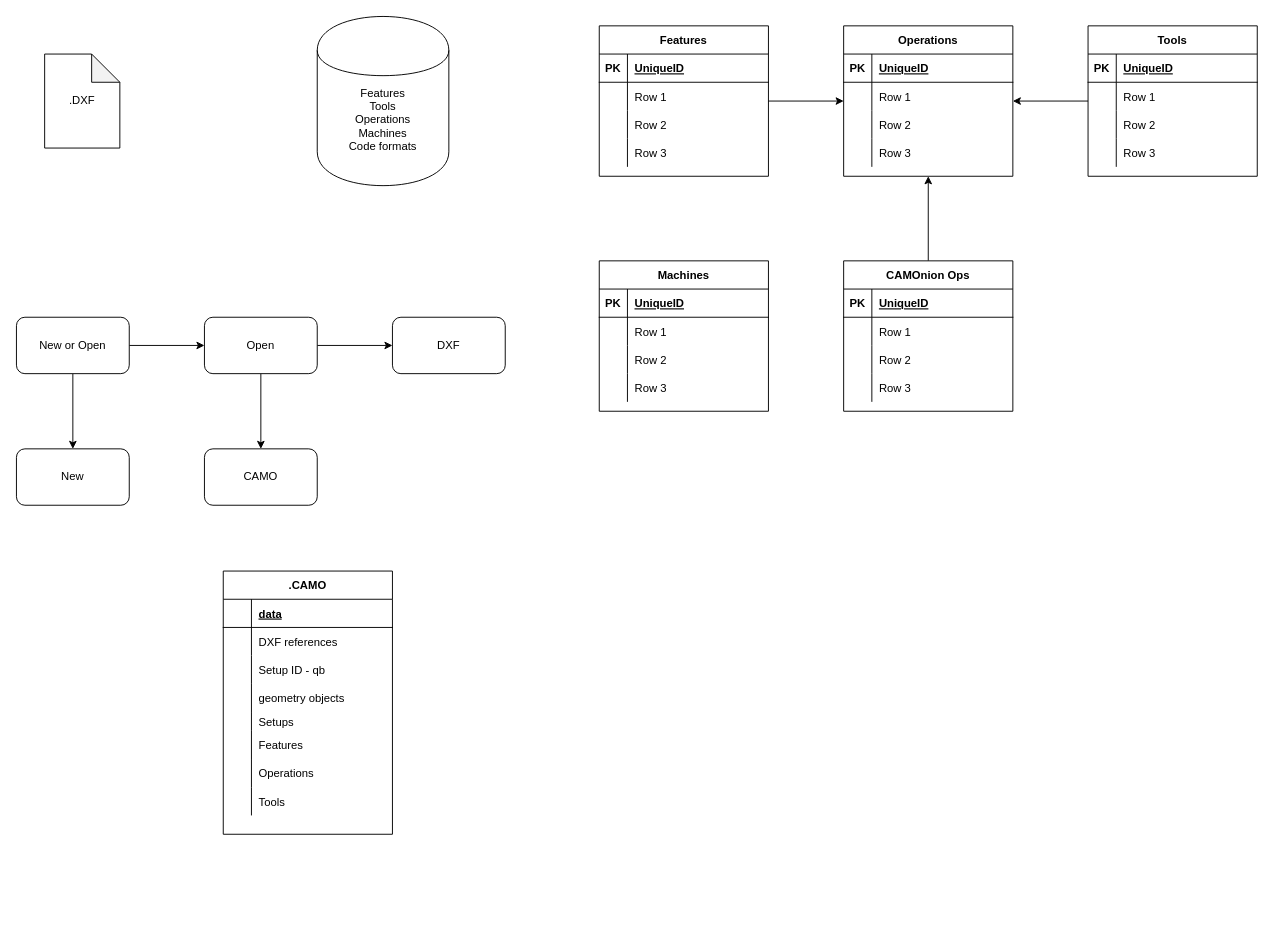
JonRob812/CAMOnion keeps this draw.io diagram as diagram.drawio. Above is the earlier version. Source tidied: cells renumbered, new cells numbered last; positions are measured from the earlier drawing's top-left corner, leaving out a move shared by most shapes. Both pictures are drawn from the tidied source at 94%, with x=0, y=0 at pixel (16, 16).
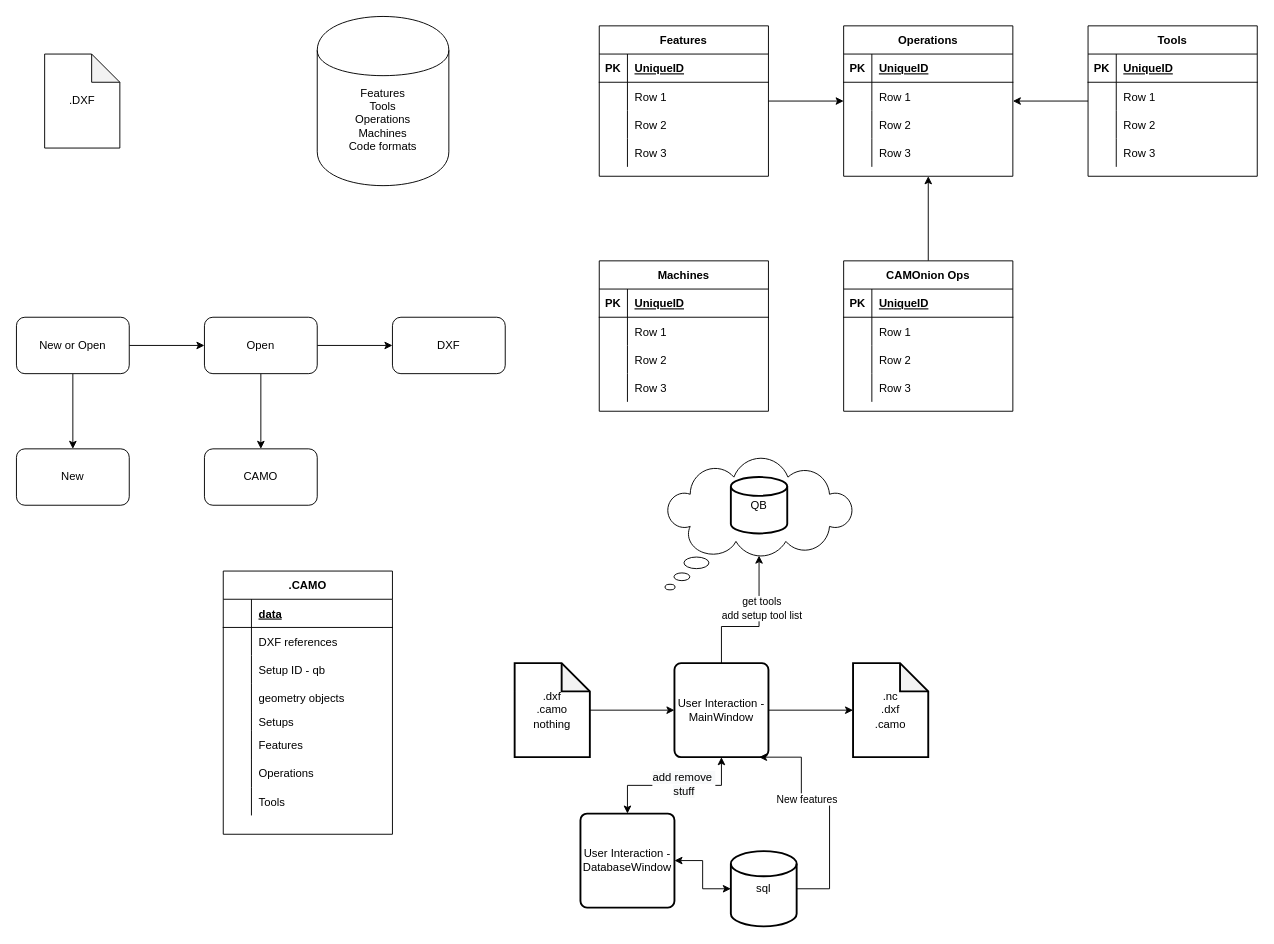
The same diagram, later.

What changed in the source:
```diff
@@
+    <mxCell id="106" style="whiteSpace=wrap;html=1;shape=mxgraph.basic.cloud_callout;" parent="1" vertex="1">
+      <mxGeometry x="690" y="470" width="200" height="140" as="geometry" />
+    </mxCell>
@@
+    <mxCell id="107" style="edgeStyle=orthogonalEdgeStyle;rounded=0;jettySize=auto;html=1;" parent="1" edge="1" source="112" target="113">
+      <mxGeometry relative="1" as="geometry" />
+    </mxCell>
+    <mxCell id="108" style="edgeStyle=orthogonalEdgeStyle;rounded=0;jettySize=auto;html=1;startArrow=classic;startFill=1;" parent="1" edge="1" source="112" target="120">
+      <mxGeometry relative="1" as="geometry" />
+    </mxCell>
+    <mxCell id="109" value="&lt;span style=&quot;font-size: 12px ; background-color: rgb(248 , 249 , 250)&quot;&gt;add remove&amp;nbsp;&lt;/span&gt;&lt;br style=&quot;font-size: 12px ; background-color: rgb(248 , 249 , 250)&quot;&gt;&lt;span style=&quot;font-size: 12px ; background-color: rgb(248 , 249 , 250)&quot;&gt;stuff&lt;/span&gt;" style="edgeLabel;html=1;align=center;verticalAlign=middle;" parent="108" vertex="1">
+      <mxGeometry x="-0.11" y="-2" relative="1" as="geometry" />
+    </mxCell>
+    <mxCell id="110" style="edgeStyle=orthogonalEdgeStyle;rounded=0;jettySize=auto;html=1;exitX=0.5;exitY=0;exitDx=0;exitDy=0;entryX=0.5;entryY=0.74;entryDx=0;entryDy=0;entryPerimeter=0;startArrow=none;startFill=0;" parent="1" edge="1" source="112" target="106">
+      <mxGeometry relative="1" as="geometry" />
+    </mxCell>
+    <mxCell id="111" value="get tools&lt;br&gt;add setup tool list" style="edgeLabel;html=1;align=center;verticalAlign=middle;" parent="110" vertex="1">
+      <mxGeometry x="0.28" y="-2" relative="1" as="geometry" />
+    </mxCell>
+    <mxCell id="112" value="User Interaction - MainWindow" style="rounded=1;whiteSpace=wrap;html=1;absoluteArcSize=1;arcSize=14;strokeWidth=2;" parent="1" vertex="1">
+      <mxGeometry x="700" y="688" width="100" height="100" as="geometry" />
+    </mxCell>
+    <mxCell id="113" value=".nc&lt;br&gt;.dxf&lt;br&gt;.camo" style="shape=note;whiteSpace=wrap;html=1;backgroundOutline=1;darkOpacity=0.05;rounded=1;strokeWidth=2;arcSize=14;" parent="1" vertex="1">
+      <mxGeometry x="890" y="688" width="80" height="100" as="geometry" />
+    </mxCell>
+    <mxCell id="114" style="edgeStyle=orthogonalEdgeStyle;rounded=0;jettySize=auto;html=1;" parent="1" edge="1" source="115" target="112">
+      <mxGeometry relative="1" as="geometry" />
+    </mxCell>
+    <mxCell id="115" value=".dxf&lt;br&gt;.camo&lt;br&gt;nothing" style="shape=note;whiteSpace=wrap;html=1;backgroundOutline=1;darkOpacity=0.05;rounded=1;strokeWidth=2;arcSize=14;" parent="1" vertex="1">
+      <mxGeometry x="530" y="688" width="80" height="100" as="geometry" />
+    </mxCell>
+    <mxCell id="116" style="edgeStyle=orthogonalEdgeStyle;rounded=0;jettySize=auto;html=1;exitX=1;exitY=0.5;exitDx=0;exitDy=0;exitPerimeter=0;entryX=0.75;entryY=1;entryDx=0;entryDy=0;startArrow=none;startFill=0;" parent="1" edge="1" source="118">
+      <mxGeometry relative="1" as="geometry">
+        <mxPoint x="790" y="788" as="targetPoint" />
+        <Array as="points">
+          <mxPoint x="865" y="928" />
+          <mxPoint x="865" y="838" />
+          <mxPoint x="835" y="838" />
+          <mxPoint x="835" y="788" />
+        </Array>
+      </mxGeometry>
+    </mxCell>
+    <mxCell id="117" value="New features" style="edgeLabel;html=1;align=center;verticalAlign=middle;" parent="116" vertex="1">
+      <mxGeometry x="-0.29" y="-2" relative="1" as="geometry">
+        <mxPoint x="-27" y="-42" as="offset" />
+      </mxGeometry>
+    </mxCell>
+    <mxCell id="118" value="sql" style="strokeWidth=2;html=1;shape=mxgraph.flowchart.database;whiteSpace=wrap;" parent="1" vertex="1">
+      <mxGeometry x="760" y="888" width="70" height="80" as="geometry" />
+    </mxCell>
+    <mxCell id="119" style="edgeStyle=orthogonalEdgeStyle;rounded=0;jettySize=auto;html=1;startArrow=classic;startFill=1;" parent="1" edge="1" source="120" target="118">
+      <mxGeometry relative="1" as="geometry" />
+    </mxCell>
+    <mxCell id="120" value="User Interaction - DatabaseWindow" style="rounded=1;whiteSpace=wrap;html=1;absoluteArcSize=1;arcSize=14;strokeWidth=2;" parent="1" vertex="1">
+      <mxGeometry x="600" y="848" width="100" height="100" as="geometry" />
+    </mxCell>
+    <mxCell id="121" value="QB" style="strokeWidth=2;html=1;shape=mxgraph.flowchart.database;whiteSpace=wrap;" parent="1" vertex="1">
+      <mxGeometry x="760" y="490" width="60" height="60" as="geometry" />
+    </mxCell>
```
